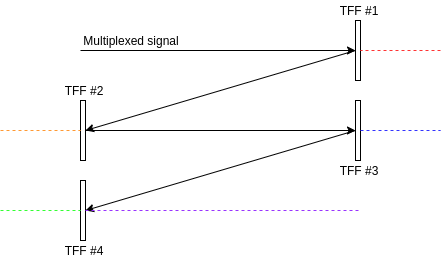
This is demultiplexer.png from souffe/mocn, a draw.io export, as it was before one commit. Source tidied: cells renumbered, new cells last; positions are measured from the earlier drawing's top-left corner, leaving out a move shared by most shapes.
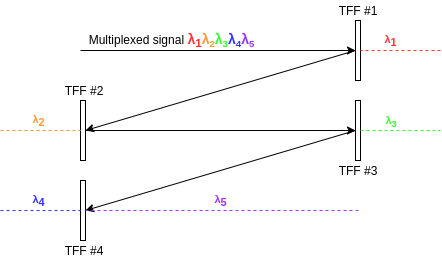
Later version of the same file.

Commit message:
Add bibliography, expand description of EONs, update demultiplexer pic, add flexigrid pic

Diff of the diagram source:
```diff
@@ -43,18 +43,18 @@
         <mxPoint y="130" as="sourcePoint" />
       </mxGeometry>
     </mxCell>
-    <mxCell id="13" style="endArrow=none;dashed=1;html=1;exitX=1;exitY=0.5;exitDx=0;exitDy=0;fillColor=#dae8fc;strokeColor=#3333FF;" parent="1" edge="1" source="5">
+    <mxCell id="13" style="endArrow=none;dashed=1;html=1;exitX=1;exitY=0.5;exitDx=0;exitDy=0;fillColor=#dae8fc;strokeColor=#33ff33;" parent="1" edge="1" source="5">
       <mxGeometry relative="1" as="geometry">
         <mxPoint x="440" y="130" as="targetPoint" />
       </mxGeometry>
     </mxCell>
-    <mxCell id="14" style="endArrow=none;dashed=1;html=1;entryX=0;entryY=0.5;entryDx=0;entryDy=0;fillColor=#d5e8d4;strokeColor=#33FF33;" parent="1" edge="1" target="6">
+    <mxCell id="14" style="endArrow=none;dashed=1;html=1;entryX=0;entryY=0.5;entryDx=0;entryDy=0;fillColor=#d5e8d4;strokeColor=#3333ff;" parent="1" edge="1" target="6">
       <mxGeometry relative="1" as="geometry">
         <mxPoint y="210" as="sourcePoint" />
       </mxGeometry>
     </mxCell>
-    <mxCell id="15" value="Multiplexed signal" style="text;html=1;strokeColor=none;fillColor=none;align=center;verticalAlign=middle;whiteSpace=wrap;rounded=0;" parent="1" vertex="1">
-      <mxGeometry x="80" y="30" width="100" height="20" as="geometry" />
+    <mxCell id="15" value="Multiplexed signal&amp;nbsp;&lt;b style=&quot;font-family: sans-serif ; font-size: 14px ; background-color: rgb(255 , 255 , 255)&quot;&gt;&lt;font color=&quot;#ff3333&quot;&gt;λ&lt;sub&gt;1&lt;/sub&gt;&lt;/font&gt;&lt;/b&gt;&lt;font color=&quot;#ff9933&quot;&gt;&lt;b style=&quot;font-family: sans-serif ; font-size: 14px ; background-color: rgb(255 , 255 , 255)&quot;&gt;λ&lt;/b&gt;&lt;b style=&quot;font-family: sans-serif ; background-color: rgb(255 , 255 , 255) ; font-size: 11.6667px&quot;&gt;&lt;sub&gt;2&lt;/sub&gt;&lt;/b&gt;&lt;/font&gt;&lt;b style=&quot;color: rgb(51 , 255 , 51) ; font-family: sans-serif ; font-size: 14px ; background-color: rgb(255 , 255 , 255)&quot;&gt;λ&lt;/b&gt;&lt;b style=&quot;color: rgb(51 , 255 , 51) ; font-family: sans-serif ; background-color: rgb(255 , 255 , 255) ; font-size: 11.6667px&quot;&gt;&lt;sub&gt;3&lt;/sub&gt;&lt;/b&gt;&lt;font color=&quot;#3333ff&quot;&gt;&lt;b style=&quot;font-family: sans-serif ; font-size: 14px ; background-color: rgb(255 , 255 , 255)&quot;&gt;λ&lt;/b&gt;&lt;b style=&quot;font-family: sans-serif ; background-color: rgb(255 , 255 , 255) ; font-size: 11.6667px&quot;&gt;&lt;sub&gt;4&lt;/sub&gt;&lt;/b&gt;&lt;/font&gt;&lt;font color=&quot;#9933ff&quot;&gt;&lt;b style=&quot;font-family: sans-serif ; font-size: 14px ; background-color: rgb(255 , 255 , 255)&quot;&gt;λ&lt;/b&gt;&lt;b style=&quot;font-family: sans-serif ; background-color: rgb(255 , 255 , 255) ; font-size: 11.6667px&quot;&gt;&lt;sub&gt;5&lt;/sub&gt;&lt;/b&gt;&lt;/font&gt;" style="text;html=1;strokeColor=none;fillColor=none;align=center;verticalAlign=middle;whiteSpace=wrap;rounded=0;" parent="1" vertex="1">
+      <mxGeometry x="80" y="30" width="180" height="20" as="geometry" />
     </mxCell>
     <mxCell id="16" value="TFF #1" style="text;html=1;strokeColor=none;fillColor=none;align=center;verticalAlign=middle;whiteSpace=wrap;rounded=0;" parent="1" vertex="1">
       <mxGeometry x="332.5" width="50" height="20" as="geometry" />
@@ -68,5 +68,20 @@
     <mxCell id="19" value="TFF #4" style="text;html=1;strokeColor=none;fillColor=none;align=center;verticalAlign=middle;whiteSpace=wrap;rounded=0;" parent="1" vertex="1">
       <mxGeometry x="57.5" y="240" width="50" height="20" as="geometry" />
     </mxCell>
+    <mxCell id="20" value="&lt;b style=&quot;font-family: sans-serif; font-size: 11px;&quot;&gt;λ&lt;sub style=&quot;font-size: 11px;&quot;&gt;1&lt;/sub&gt;&lt;/b&gt;" style="text;html=1;strokeColor=none;fillColor=none;align=center;verticalAlign=middle;whiteSpace=wrap;rounded=0;fontColor=#FF3333;labelBackgroundColor=#ffffff;fontSize=11;" parent="1" vertex="1">
+      <mxGeometry x="370" y="30" width="40" height="20" as="geometry" />
+    </mxCell>
+    <mxCell id="21" value="&lt;font style=&quot;font-size: 11px&quot;&gt;&lt;b style=&quot;font-family: sans-serif ; font-size: 11px ; background-color: rgb(255 , 255 , 255)&quot;&gt;λ&lt;sub&gt;3&lt;br&gt;&lt;/sub&gt;&lt;/b&gt;&lt;/font&gt;" style="text;html=1;strokeColor=none;fillColor=none;align=center;verticalAlign=middle;whiteSpace=wrap;rounded=0;fontColor=#33ff33;fontSize=11;" parent="1" vertex="1">
+      <mxGeometry x="370" y="110" width="40" height="20" as="geometry" />
+    </mxCell>
+    <mxCell id="22" value="&lt;b style=&quot;font-family: sans-serif; font-size: 11px; background-color: rgb(255, 255, 255);&quot;&gt;λ&lt;/b&gt;&lt;b style=&quot;font-family: sans-serif; background-color: rgb(255, 255, 255); font-size: 11px;&quot;&gt;&lt;sub style=&quot;font-size: 11px;&quot;&gt;5&lt;/sub&gt;&lt;/b&gt;" style="text;html=1;strokeColor=none;fillColor=none;align=center;verticalAlign=middle;whiteSpace=wrap;rounded=0;fontColor=#9933ff;fontSize=11;" parent="1" vertex="1">
+      <mxGeometry x="200" y="190" width="40" height="20" as="geometry" />
+    </mxCell>
+    <mxCell id="23" value="&lt;b style=&quot;font-family: sans-serif; font-size: 11px; background-color: rgb(255, 255, 255);&quot;&gt;λ&lt;/b&gt;&lt;b style=&quot;font-family: sans-serif; background-color: rgb(255, 255, 255); font-size: 11px;&quot;&gt;&lt;sub style=&quot;font-size: 11px;&quot;&gt;2&lt;br style=&quot;font-size: 11px;&quot;&gt;&lt;/sub&gt;&lt;/b&gt;" style="text;html=1;strokeColor=none;fillColor=none;align=center;verticalAlign=middle;whiteSpace=wrap;rounded=0;fontColor=#FF9933;fontSize=11;" parent="1" vertex="1">
+      <mxGeometry x="17.5" y="110" width="40" height="20" as="geometry" />
+    </mxCell>
+    <mxCell id="24" value="&lt;b style=&quot;font-family: sans-serif; font-size: 11px; background-color: rgb(255, 255, 255);&quot;&gt;λ&lt;/b&gt;&lt;b style=&quot;font-family: sans-serif; background-color: rgb(255, 255, 255); font-size: 11px;&quot;&gt;&lt;sub style=&quot;font-size: 11px;&quot;&gt;4&lt;/sub&gt;&lt;/b&gt;" style="text;html=1;strokeColor=none;fillColor=none;align=center;verticalAlign=middle;whiteSpace=wrap;rounded=0;fontColor=#3333ff;fontSize=11;" parent="1" vertex="1">
+      <mxGeometry x="17.5" y="190" width="40" height="20" as="geometry" />
+    </mxCell>
   </root>
 </mxGraphModel>
```
